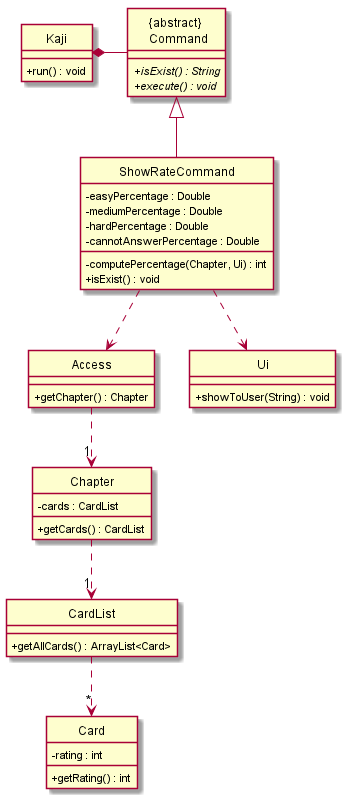
Before: docs/UML/ShowRateCommandClass.png, a diagram exported from PlantUML (nus-cs2113-AY2021S1/tp).
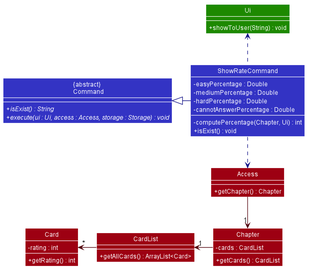
Above is the later version.

What changed in the source:
```diff
@@ -1,53 +1,100 @@
 @startuml
 
-hide circle
-skinparam classAttributeIconSize 0
 
-class "{abstract} \n Command"{
-  + isExist() : String {abstract}
-  + execute() : void {abstract}
+
+
+
+
+
+
+skinparam BackgroundColor #FFFFFFF
+
+skinparam Shadowing false
+
+skinparam Class {
+    FontColor #FFFFFF
+    BorderThickness 1
+    BorderColor #FFFFFF
+    StereotypeFontColor #FFFFFF
+    FontName Arial
 }
 
-class "Kaji" {
-    + run() : void
+skinparam Actor {
+    BorderColor #000000
+    Color #000000
+    FontName Arial
 }
 
-class "Access" {
+skinparam Sequence {
+    MessageAlign center
+    BoxFontSize 15
+    BoxPadding 0
+    BoxFontColor #FFFFFF
+    FontName Arial
+}
+
+skinparam Participant {
+    FontColor #FFFFFFF
+    Padding 20
+}
+
+skinparam MinClassWidth 50
+skinparam ParticipantPadding 10
+skinparam Shadowing false
+skinparam DefaultTextAlignment center
+skinparam packageStyle Rectangle
+skinparam classAttributeIconSize 0
+skinparam classAttributeFontColor white
+skinparam classAttributeFontSize 12
+
+hide footbox
+hide members
+hide circle
+show member
+skinparam arrowThickness 1.1
+
+class "{abstract} \n Command" as Command #3333C4 {
+    + {abstract} isExist() : String
+    + {abstract} execute(ui : Ui, access : Access, storage : Storage) : void
+}
+
+class "Access" #9D0012 {
     + getChapter() : Chapter
 }
 
-class "CardList" {
+class "CardList" #9D0012 {
     + getAllCards() : ArrayList<Card>
 }
 
-class "Ui" {
+class "Ui" #1D8900 {
     + showToUser(String) : void
 }
 
-class "Chapter" {
+class "Chapter" #9D0012 {
     - cards : CardList
     + getCards() : CardList
 }
 
-class "Card" {
+class "Card" #9D0012 {
     - rating : int
     + getRating() : int
 }
 
-"{abstract} \n Command" <|-- ShowRateCommand
-ShowRateCommand : - easyPercentage : Double
-ShowRateCommand : - mediumPercentage : Double
-ShowRateCommand : - hardPercentage : Double
-ShowRateCommand : - cannotAnswerPercentage : Double
-ShowRateCommand : - computePercentage(Chapter, Ui) : int
-ShowRateCommand : + isExist() : void
+class ShowRateCommand #3333C4 {
+    - easyPercentage : Double
+    - mediumPercentage : Double
+    - hardPercentage : Double
+    - cannotAnswerPercentage : Double
+    - computePercentage(Chapter, Ui) : int
+    + isExist() : void
+}
 
-Kaji *- "{abstract} \n Command"
+Command <|-right[#101086]- ShowRateCommand
 
-ShowRateCommand ..> Access
-Access ..> "1" Chapter
-Chapter ..> "1" CardList
-CardList ..> "*" Card
-ShowRateCommand ..> Ui
+ShowRateCommand .down[#101086].> Access
+Access -down[#51000A]-> "1" Chapter
+Chapter -left[#51000A]-> "1" CardList
+CardList -left[#51000A]-> "*" Card
+ShowRateCommand .up[#101086].> Ui
 
 @enduml
```
